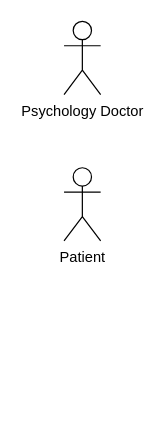
Earlier version of the draw.io diagram Untitled Diagram.drawio (Hoanghaine/distributed_system). Source tidied: cells renumbered, new cells numbered last; positions are measured from the earlier drawing's top-left corner, leaving out a move shared by most shapes. Both pictures are drawn from the tidied source at 122%, with x=0, y=0 at pixel (63, 21).
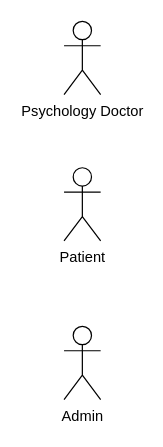
The same page after the edit.

Commit message:
system_mental_health

What changed in the source:
```diff
@@
 <mxGraphModel>
   <root>
     <mxCell id="0" />
     <mxCell id="1" parent="0" />
     <mxCell id="2" value="&lt;div&gt;Patient&lt;/div&gt;" style="shape=umlActor;verticalLabelPosition=bottom;verticalAlign=top;html=1;" parent="1" vertex="1">
       <mxGeometry y="120" width="30" height="60" as="geometry" />
     </mxCell>
     <mxCell id="3" value="Psychology Doctor&lt;div&gt;&lt;br&gt;&lt;/div&gt;" style="shape=umlActor;verticalLabelPosition=bottom;verticalAlign=top;html=1;" parent="1" vertex="1">
       <mxGeometry width="30" height="60" as="geometry" />
     </mxCell>
+    <mxCell id="4" value="Admin" style="shape=umlActor;verticalLabelPosition=bottom;verticalAlign=top;html=1;" parent="1" vertex="1">
+      <mxGeometry y="250" width="30" height="60" as="geometry" />
+    </mxCell>
   </root>
 </mxGraphModel>
```
